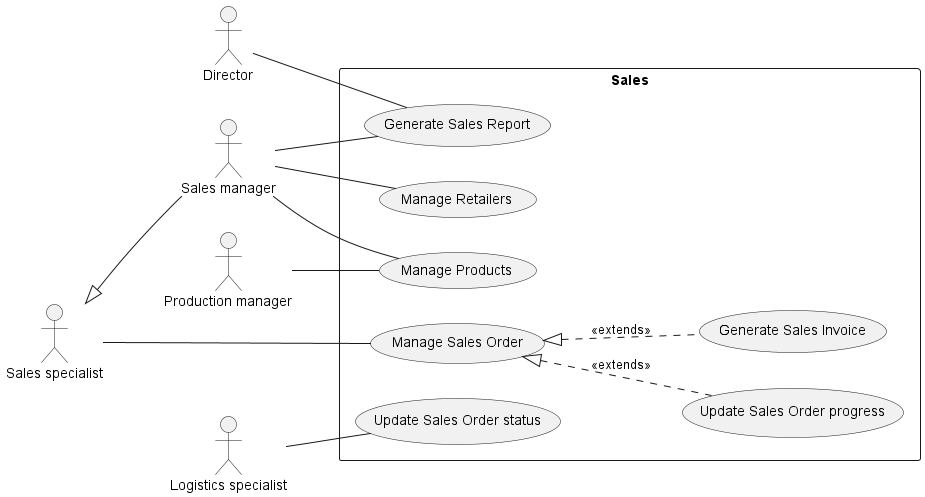
Before: Lab1/Lab1.2/use-cases/Sales.png, a diagram exported from PlantUML (phihungha/SE357-Practice-class).
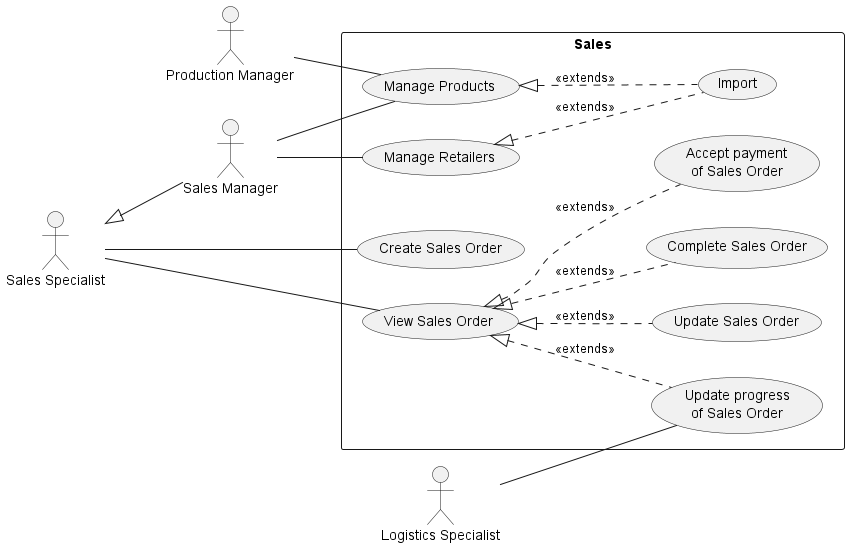
Above is the later version.

What changed in the source:
```diff
@@ -1,26 +1,28 @@
 @startuml sales
 left to right direction
 
-:Director: as d
 
-:Production manager: as pm
+:Production Manager: as pm
 
-:Sales specialist: as s
-:Sales manager: as sm
+:Sales Specialist: as s
+:Sales Manager: as sm
 s <|-- sm
 
-:Logistics specialist: as ls
+:Logistics Specialist: as ls
 
 rectangle Sales {
-    s -- (Manage Sales Order)
-    (Manage Sales Order) <|.. (Update Sales Order progress) : <<extends>>
-    ls -- (Update Sales Order status)
-    (Manage Sales Order) <|.. (Generate Sales Invoice) : <<extends>>
+    s -- (Create Sales Order)
+    s -- (View Sales Order)
+    (View Sales Order) <|.. (Update Sales Order) : <<extends>>
+    (View Sales Order) <|.. (Update progress\nof Sales Order) : <<extends>>
+    ls -- (Update progress\nof Sales Order)
+    (View Sales Order) <|.. (Complete Sales Order) : <<extends>>
+    (View Sales Order) <|.. (Accept payment\nof Sales Order) : <<extends>>
 
-    sm -- (Generate Sales Report)
-    d -- (Generate Sales Report)
     pm -- (Manage Products)
     sm -- (Manage Products)
+    (Manage Products) <|.. (Import) : <<extends>>
     sm -- (Manage Retailers)
+    (Manage Retailers) <|.. (Import) : <<extends>>
 }
 @enduml
```
